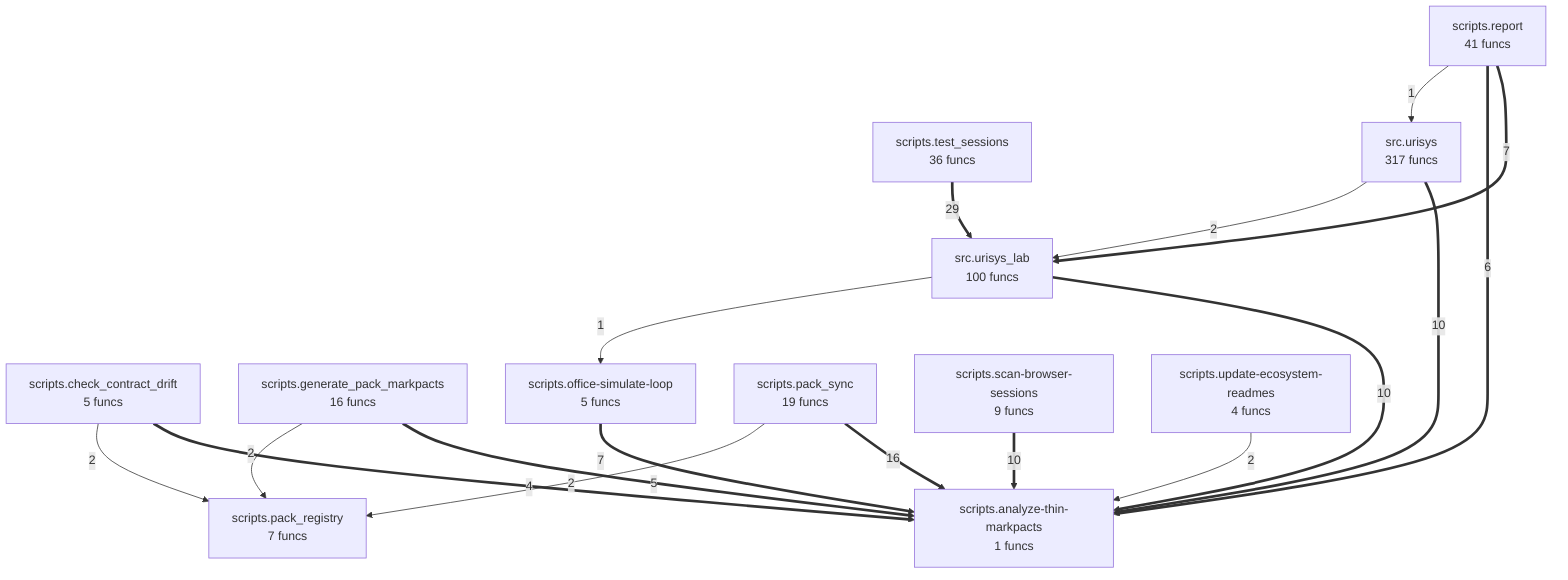
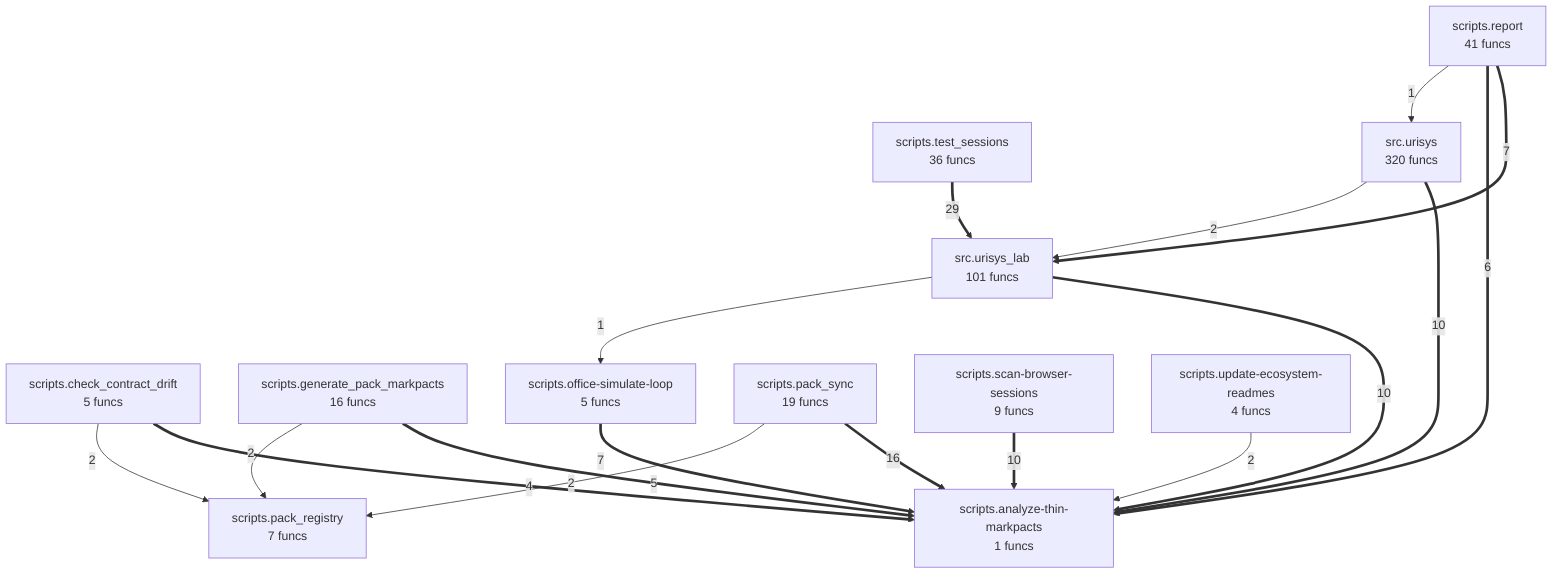
flowchart TD
- %% generated in 0.01s
+ %% generated in 0.02s
    scripts__analyze_thin_markpacts["scripts.analyze-thin-markpacts<br/>1 funcs"]
    scripts__check_contract_drift["scripts.check_contract_drift<br/>5 funcs"]
    scripts__generate_pack_markpacts["scripts.generate_pack_markpacts<br/>16 funcs"]
    scripts__office_simulate_loop["scripts.office-simulate-loop<br/>5 funcs"]
    scripts__pack_registry["scripts.pack_registry<br/>7 funcs"]
    scripts__pack_sync["scripts.pack_sync<br/>19 funcs"]
    scripts__report["scripts.report<br/>41 funcs"]
    scripts__scan_browser_sessions["scripts.scan-browser-sessions<br/>9 funcs"]
    scripts__test_sessions["scripts.test_sessions<br/>36 funcs"]
    scripts__update_ecosystem_readmes["scripts.update-ecosystem-readmes<br/>4 funcs"]
-     src__urisys["src.urisys<br/>317 funcs"]
-     src__urisys_lab["src.urisys_lab<br/>100 funcs"]
+     src__urisys["src.urisys<br/>320 funcs"]
+     src__urisys_lab["src.urisys_lab<br/>101 funcs"]
    scripts__test_sessions ==>|29| src__urisys_lab
    scripts__pack_sync ==>|16| scripts__analyze_thin_markpacts
    src__urisys ==>|10| scripts__analyze_thin_markpacts
    src__urisys_lab ==>|10| scripts__analyze_thin_markpacts
    scripts__scan_browser_sessions ==>|10| scripts__analyze_thin_markpacts
    scripts__office_simulate_loop ==>|7| scripts__analyze_thin_markpacts
    scripts__report ==>|7| src__urisys_lab
    scripts__report ==>|6| scripts__analyze_thin_markpacts
    scripts__generate_pack_markpacts ==>|5| scripts__analyze_thin_markpacts
    scripts__check_contract_drift ==>|4| scripts__analyze_thin_markpacts
    src__urisys -->|2| src__urisys_lab
    scripts__generate_pack_markpacts -->|2| scripts__pack_registry
+     scripts__check_contract_drift -->|2| scripts__pack_registry
    scripts__update_ecosystem_readmes -->|2| scripts__analyze_thin_markpacts
    scripts__pack_sync -->|2| scripts__pack_registry
-     scripts__check_contract_drift -->|2| scripts__pack_registry
    src__urisys_lab -->|1| scripts__office_simulate_loop
    scripts__report -->|1| src__urisys
